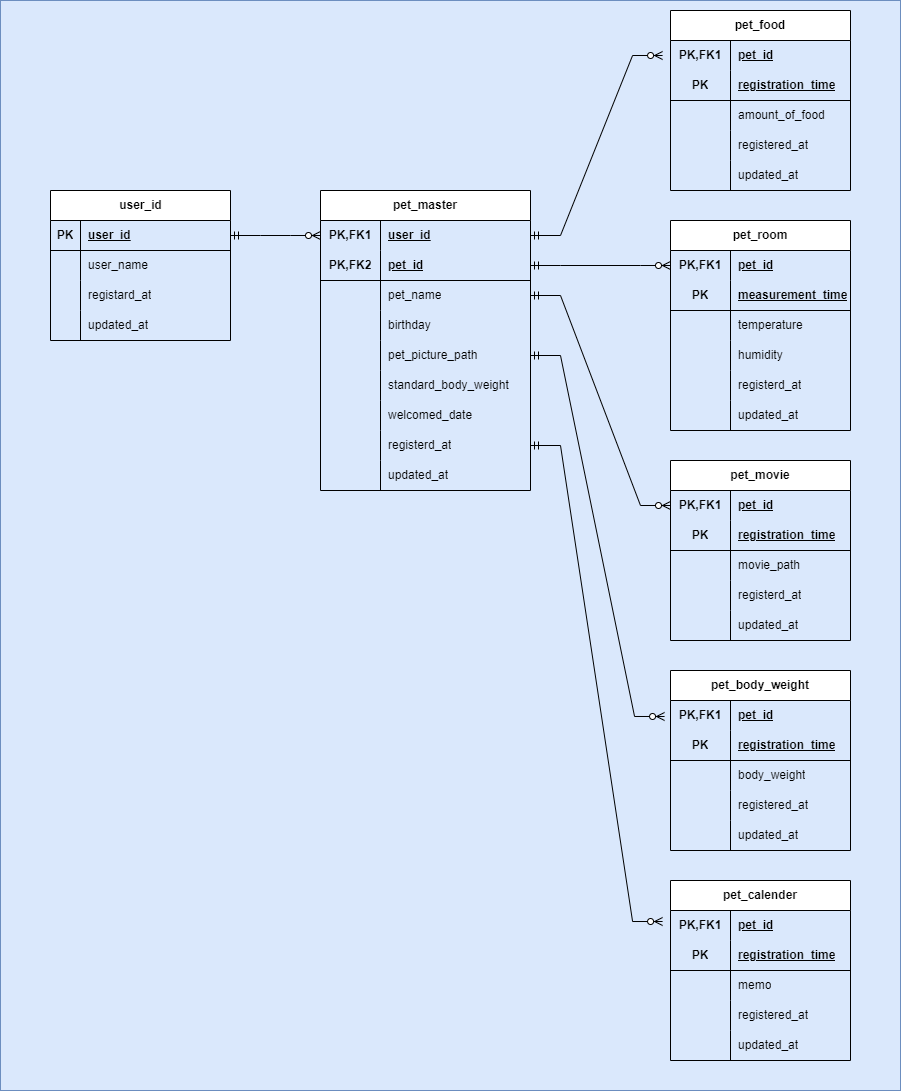
Above: .pic/ER.drawio.png in knysi3/momochi-z (draw.io), before the change. Source tidied: cells renumbered, new cells last; positions are measured from the earlier drawing's top-left corner, leaving out a move shared by most shapes.
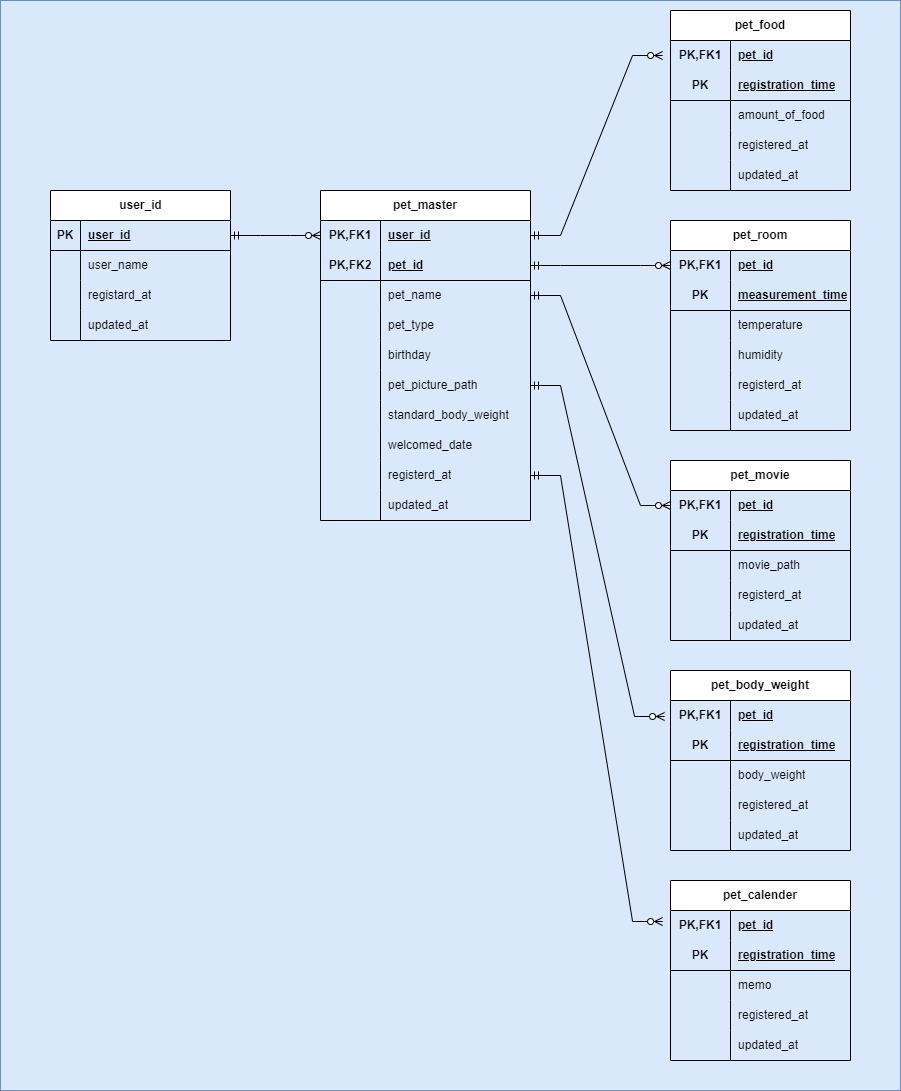
Later version of the same file.

Commit message:
ER.drawio.png を更新します

Change to the diagram source:
```diff
@@ -6,7 +6,7 @@
       <mxGeometry width="900" height="1090" as="geometry" />
     </mxCell>
     <mxCell id="3" value="pet_master" style="shape=table;startSize=30;rowLines=0;fontStyle=1;align=center;html=1;whiteSpace=wrap;" parent="1" vertex="1">
-      <mxGeometry x="320" y="190" width="210" height="300" as="geometry" />
+      <mxGeometry x="320" y="190" width="210" height="330" as="geometry" />
     </mxCell>
     <mxCell id="4" style="shape=tableRow;horizontal=0;startSize=0;swimlaneHead=0;swimlaneBody=0;fillColor=none;points=[[0,0.5],[1,0.5]];portConstraint=eastwest;top=0;left=0;right=0;bottom=0;html=1;" parent="3" vertex="1">
       <mxGeometry y="30" width="210" height="30" as="geometry" />
@@ -35,8 +35,17 @@
     <mxCell id="12" value="pet_name" style="shape=partialRectangle;fillColor=none;top=0;left=0;bottom=0;right=0;align=left;spacingLeft=6;overflow=hidden;html=1;whiteSpace=wrap;" parent="10" vertex="1">
       <mxGeometry x="60" width="150" height="30" as="geometry" />
     </mxCell>
+    <mxCell id="133" style="shape=tableRow;horizontal=0;startSize=0;swimlaneHead=0;swimlaneBody=0;fillColor=none;top=0;left=0;right=0;bottom=0;html=1;" parent="3" vertex="1">
+      <mxGeometry y="120" width="210" height="30" as="geometry" />
+    </mxCell>
+    <mxCell id="134" style="shape=partialRectangle;fillColor=none;top=0;left=0;bottom=0;right=0;overflow=hidden;html=1;whiteSpace=wrap;" parent="133" vertex="1">
+      <mxGeometry width="60" height="30" as="geometry" />
+    </mxCell>
+    <mxCell id="135" value="pet_type" style="shape=partialRectangle;fillColor=none;top=0;left=0;bottom=0;right=0;align=left;spacingLeft=6;overflow=hidden;html=1;whiteSpace=wrap;" parent="133" vertex="1">
+      <mxGeometry x="60" width="150" height="30" as="geometry" />
+    </mxCell>
     <mxCell id="13" style="shape=tableRow;horizontal=0;startSize=0;swimlaneHead=0;swimlaneBody=0;fillColor=none;top=0;left=0;right=0;bottom=0;html=1;" parent="3" vertex="1">
-      <mxGeometry y="120" width="210" height="30" as="geometry" />
+      <mxGeometry y="150" width="210" height="30" as="geometry" />
     </mxCell>
     <mxCell id="14" style="shape=partialRectangle;fillColor=none;top=0;left=0;bottom=0;right=0;overflow=hidden;html=1;whiteSpace=wrap;" parent="13" vertex="1">
       <mxGeometry width="60" height="30" as="geometry" />
@@ -45,7 +54,7 @@
       <mxGeometry x="60" width="150" height="30" as="geometry" />
     </mxCell>
     <mxCell id="16" style="shape=tableRow;horizontal=0;startSize=0;swimlaneHead=0;swimlaneBody=0;fillColor=none;points=[[0,0.5],[1,0.5]];portConstraint=eastwest;top=0;left=0;right=0;bottom=0;html=1;" parent="3" vertex="1">
-      <mxGeometry y="150" width="210" height="30" as="geometry" />
+      <mxGeometry y="180" width="210" height="30" as="geometry" />
     </mxCell>
     <mxCell id="17" style="shape=partialRectangle;fillColor=none;top=0;left=0;bottom=0;right=0;overflow=hidden;html=1;whiteSpace=wrap;" parent="16" vertex="1">
       <mxGeometry width="60" height="30" as="geometry" />
@@ -54,7 +63,7 @@
       <mxGeometry x="60" width="150" height="30" as="geometry" />
     </mxCell>
     <mxCell id="19" style="shape=tableRow;horizontal=0;startSize=0;swimlaneHead=0;swimlaneBody=0;fillColor=none;top=0;left=0;right=0;bottom=0;html=1;" parent="3" vertex="1">
-      <mxGeometry y="180" width="210" height="30" as="geometry" />
+      <mxGeometry y="210" width="210" height="30" as="geometry" />
     </mxCell>
     <mxCell id="20" style="shape=partialRectangle;fillColor=none;top=0;left=0;bottom=0;right=0;overflow=hidden;html=1;whiteSpace=wrap;" parent="19" vertex="1">
       <mxGeometry width="60" height="30" as="geometry" />
@@ -63,7 +72,7 @@
       <mxGeometry x="60" width="150" height="30" as="geometry" />
     </mxCell>
     <mxCell id="22" style="shape=tableRow;horizontal=0;startSize=0;swimlaneHead=0;swimlaneBody=0;fillColor=none;top=0;left=0;right=0;bottom=0;html=1;" parent="3" vertex="1">
-      <mxGeometry y="210" width="210" height="30" as="geometry" />
+      <mxGeometry y="240" width="210" height="30" as="geometry" />
     </mxCell>
     <mxCell id="23" style="shape=partialRectangle;fillColor=none;top=0;left=0;bottom=0;right=0;overflow=hidden;html=1;whiteSpace=wrap;" parent="22" vertex="1">
       <mxGeometry width="60" height="30" as="geometry" />
@@ -72,7 +81,7 @@
       <mxGeometry x="60" width="150" height="30" as="geometry" />
     </mxCell>
     <mxCell id="25" style="shape=tableRow;horizontal=0;startSize=0;swimlaneHead=0;swimlaneBody=0;fillColor=none;points=[[0,0.5],[1,0.5]];portConstraint=eastwest;top=0;left=0;right=0;bottom=0;html=1;" parent="3" vertex="1">
-      <mxGeometry y="240" width="210" height="30" as="geometry" />
+      <mxGeometry y="270" width="210" height="30" as="geometry" />
     </mxCell>
     <mxCell id="26" style="shape=partialRectangle;fillColor=none;top=0;left=0;bottom=0;right=0;overflow=hidden;html=1;whiteSpace=wrap;" parent="25" vertex="1">
       <mxGeometry width="60" height="30" as="geometry" />
@@ -81,7 +90,7 @@
       <mxGeometry x="60" width="150" height="30" as="geometry" />
     </mxCell>
     <mxCell id="28" style="shape=tableRow;horizontal=0;startSize=0;swimlaneHead=0;swimlaneBody=0;fillColor=none;top=0;left=0;right=0;bottom=0;html=1;" parent="3" vertex="1">
-      <mxGeometry y="270" width="210" height="30" as="geometry" />
+      <mxGeometry y="300" width="210" height="30" as="geometry" />
     </mxCell>
     <mxCell id="29" style="shape=partialRectangle;fillColor=none;top=0;left=0;bottom=0;right=0;overflow=hidden;html=1;whiteSpace=wrap;" parent="28" vertex="1">
       <mxGeometry width="60" height="30" as="geometry" />
```
